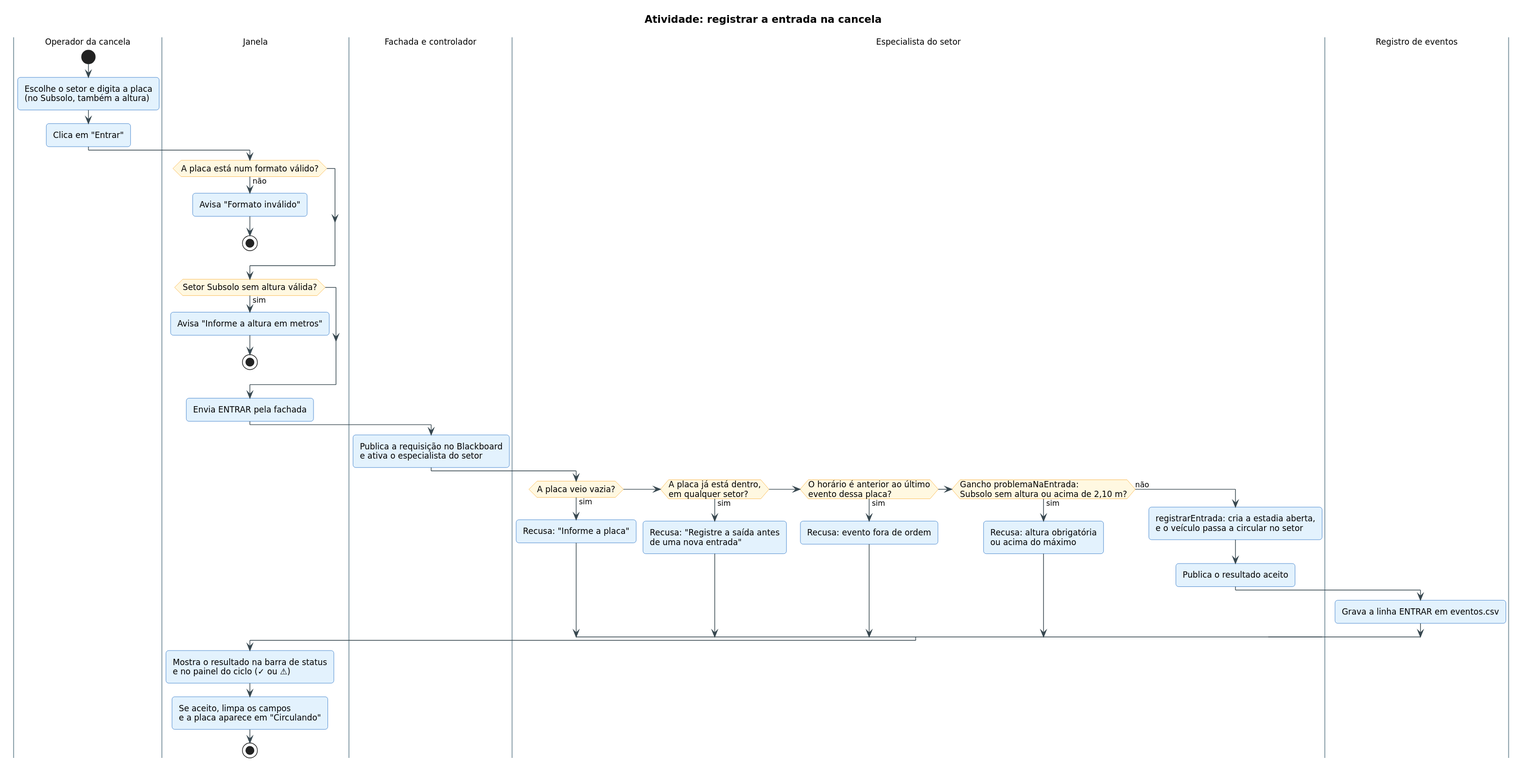
MatheusKubrusly/caderno-de-estudos keeps this PlantUML diagram as faculdade/arquitetura-e-padroes-de-software/atividades_para_entregar/trabalho_final/descricao-arquitetural/diagramas/atividade-entrada.svg. Above is the earlier version.
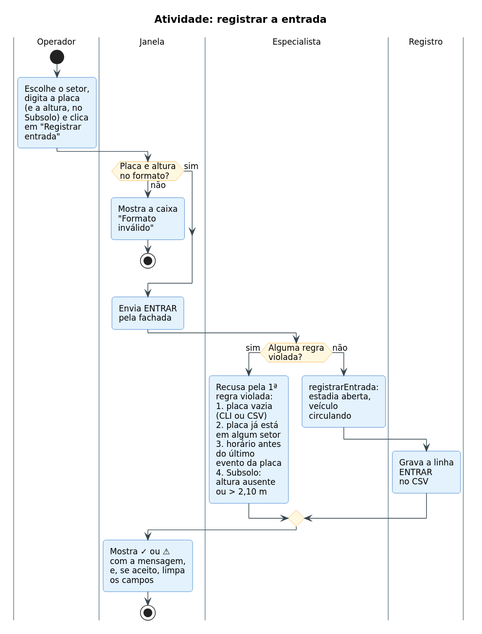
Later version of the same file.

What changed in the source:
```diff
@@ -1,50 +1,55 @@
 @startuml
 !include estilo.iuml
-title Atividade: registrar a entrada na cancela
+title Atividade: registrar a entrada
 
-|Operador da cancela|
+|Operador|
 start
-:Escolhe o setor e digita a placa
-(no Subsolo, também a altura);
-:Clica em "Entrar";
+:Escolhe o setor,
+digita a placa
+(e a altura, no
+Subsolo) e clica
+em "Registrar
+entrada";
 |Janela|
-if (A placa está num formato válido?) then (não)
-  :Avisa "Formato inválido";
+if (Placa e altura
+no formato?) then (não)
+  :Mostra a caixa
+  "Formato
+  inválido";
   stop
+else (sim)
 endif
-if (Setor Subsolo sem altura válida?) then (sim)
-  :Avisa "Informe a altura em metros";
-  stop
-endif
-:Envia ENTRAR pela fachada;
-|Fachada e controlador|
-:Publica a requisição no Blackboard
-e ativa o especialista do setor;
-|Especialista do setor|
-if (A placa veio vazia?) then (sim)
-  :Recusa: "Informe a placa";
-elseif (A placa já está dentro,
-em qualquer setor?) then (sim)
-  :Recusa: "Registre a saída antes
-  de uma nova entrada";
-elseif (O horário é anterior ao último
-evento dessa placa?) then (sim)
-  :Recusa: evento fora de ordem;
-elseif (Gancho problemaNaEntrada:
-Subsolo sem altura ou acima de 2,10 m?) then (sim)
-  :Recusa: altura obrigatória
-  ou acima do máximo;
+:Envia ENTRAR
+pela fachada;
+|Especialista|
+if (Alguma regra
+violada?) then (sim)
+  :Recusa pela 1ª
+  regra violada:
+  1. placa vazia
+  (CLI ou CSV)
+  2. placa já está
+  em algum setor
+  3. horário antes
+  do último
+  evento da placa
+  4. Subsolo:
+  altura ausente
+  ou > 2,10 m;
 else (não)
-  :registrarEntrada: cria a estadia aberta,
-  e o veículo passa a circular no setor;
-  :Publica o resultado aceito;
-  |Registro de eventos|
-  :Grava a linha ENTRAR em eventos.csv;
+  :registrarEntrada:
+  estadia aberta,
+  veículo
+  circulando;
+  |Registro|
+  :Grava a linha
+  ENTRAR
+  no CSV;
 endif
 |Janela|
-:Mostra o resultado na barra de status
-e no painel do ciclo (✓ ou ⚠);
-:Se aceito, limpa os campos
-e a placa aparece em "Circulando";
+:Mostra ✓ ou ⚠
+com a mensagem,
+e, se aceito, limpa
+os campos;
 stop
 @enduml
```
